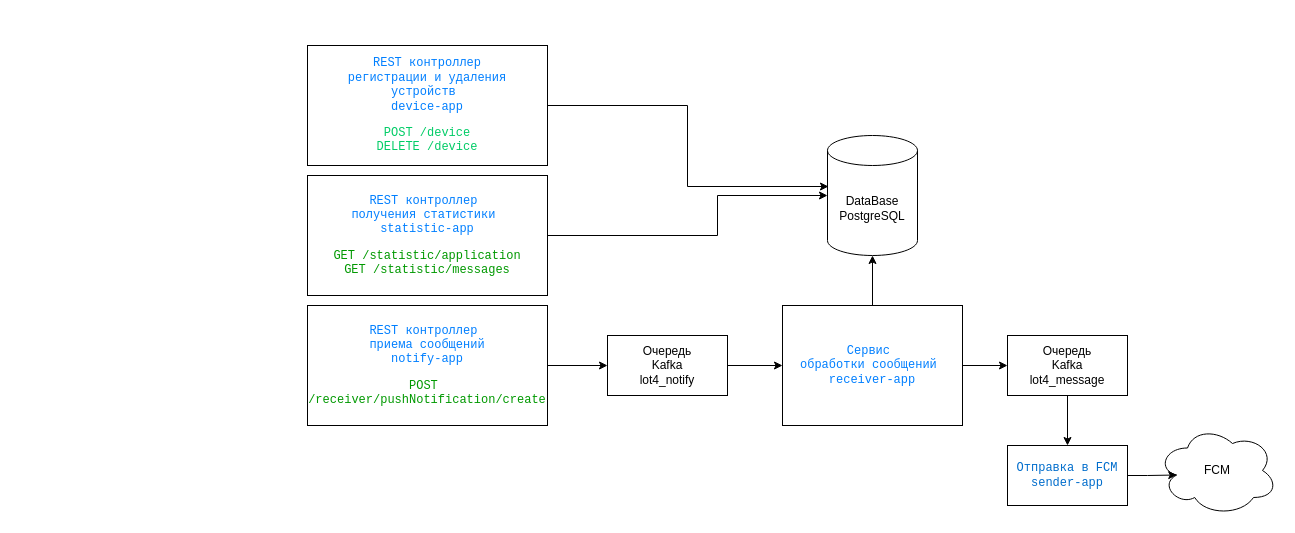
Before: doc/diag.drawio in cherepakhin/lot4, a draw.io diagram. Source tidied: cells renumbered, new cells numbered last; positions are measured from the earlier drawing's top-left corner, leaving out a move shared by most shapes. Both pictures are drawn from the tidied source at 100%, with x=0, y=0 at pixel (307, 45).
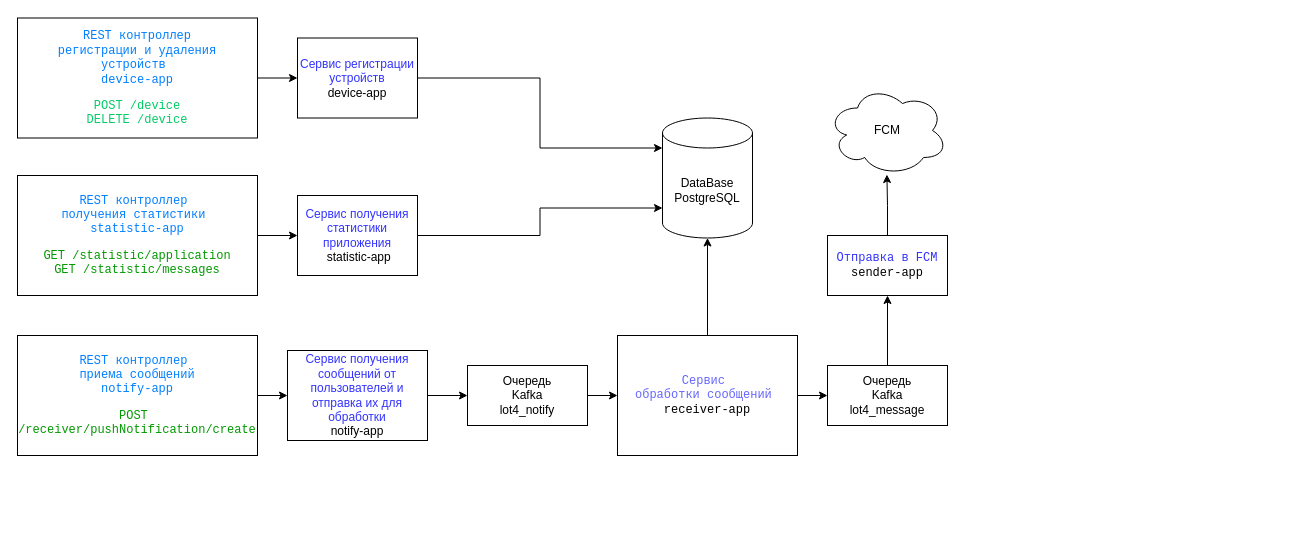
Above is the later version.

Diff of the diagram source:
```diff
@@
-    <mxCell id="2" style="edgeStyle=orthogonalEdgeStyle;rounded=0;jettySize=auto;html=1;exitX=1;exitY=0.5;exitDx=0;exitDy=0;entryX=0.011;entryY=0.425;entryDx=0;entryDy=0;entryPerimeter=0;" parent="1" edge="1" source="3" target="7">
-      <mxGeometry relative="1" as="geometry" />
-    </mxCell>
+    <mxCell id="19" style="edgeStyle=orthogonalEdgeStyle;rounded=0;jettySize=auto;html=1;exitX=1;exitY=0.5;exitDx=0;exitDy=0;entryX=0;entryY=0.5;entryDx=0;entryDy=0;" parent="1" edge="1" source="3" target="26">
+      <mxGeometry relative="1" as="geometry" />
+    </mxCell>
     <mxCell id="3" value="&lt;pre style=&quot;background-color: rgb(255 , 255 , 255) ; font-family: &amp;#34;liberation mono&amp;#34; , monospace&quot;&gt;&lt;font color=&quot;#007fff&quot;&gt;REST контроллер&lt;br&gt;регистрации и удаления&lt;br&gt;устройств &lt;br&gt;device-app&lt;/font&gt;&lt;/pre&gt;&lt;pre style=&quot;background-color: rgb(255 , 255 , 255) ; font-family: &amp;#34;liberation mono&amp;#34; , monospace&quot;&gt;&lt;pre style=&quot;font-family: &amp;#34;liberation mono&amp;#34; , monospace&quot;&gt;&lt;font color=&quot;#00cc66&quot;&gt;POST /device&lt;br/&gt;DELETE /device&lt;/font&gt;&lt;/pre&gt;&lt;/pre&gt;" style="rounded=0;whiteSpace=wrap;html=1;" parent="1" vertex="1">
-      <mxGeometry width="240" height="120" as="geometry" />
+      <mxGeometry x="-290" y="-27.5" width="240" height="120" as="geometry" />
     </mxCell>
@@
-    <mxCell id="5" style="edgeStyle=orthogonalEdgeStyle;rounded=0;jettySize=auto;html=1;exitX=0.5;exitY=0;exitDx=0;exitDy=0;" parent="1" edge="1" source="6" target="7">
+    <mxCell id="5" style="edgeStyle=orthogonalEdgeStyle;rounded=0;jettySize=auto;html=1;exitX=0.5;exitY=0;exitDx=0;exitDy=0;entryX=0.5;entryY=1;entryDx=0;entryDy=0;" parent="1" edge="1" source="6" target="7">
       <mxGeometry relative="1" as="geometry" />
     </mxCell>
-    <mxCell id="6" value="&lt;pre style=&quot;background-color: rgb(255 , 255 , 255) ; font-family: &amp;#34;liberation mono&amp;#34; , monospace&quot;&gt;&lt;font color=&quot;#007fff&quot;&gt;Сервис &lt;br&gt;обработки сообщений &lt;br&gt;receiver-app&lt;/font&gt;&lt;/pre&gt;" style="rounded=0;whiteSpace=wrap;html=1;" parent="1" vertex="1">
-      <mxGeometry x="475" y="260" width="180" height="120" as="geometry" />
+    <mxCell id="6" value="&lt;pre style=&quot;background-color: rgb(255 , 255 , 255) ; font-family: &amp;#34;liberation mono&amp;#34; , monospace&quot;&gt;&lt;font color=&quot;#6666ff&quot;&gt;Сервис &lt;br&gt;обработки сообщений&lt;/font&gt;&lt;font color=&quot;#007fff&quot;&gt; &lt;br&gt;&lt;/font&gt;receiver-app&lt;/pre&gt;" style="rounded=0;whiteSpace=wrap;html=1;" parent="1" vertex="1">
+      <mxGeometry x="310" y="290" width="180" height="120" as="geometry" />
     </mxCell>
     <mxCell id="7" value="DataBase&lt;br&gt;PostgreSQL" style="shape=cylinder3;whiteSpace=wrap;html=1;boundedLbl=1;backgroundOutline=1;size=15;" parent="1" vertex="1">
-      <mxGeometry x="520" y="90" width="90" height="120" as="geometry" />
+      <mxGeometry x="355" y="72.5" width="90" height="120" as="geometry" />
     </mxCell>
-    <mxCell id="8" style="edgeStyle=orthogonalEdgeStyle;rounded=0;jettySize=auto;html=1;exitX=0.5;exitY=1;exitDx=0;exitDy=0;" parent="1" edge="1" source="9" target="12">
+    <mxCell id="8" style="edgeStyle=orthogonalEdgeStyle;rounded=0;jettySize=auto;html=1;exitX=0.5;exitY=0;exitDx=0;exitDy=0;" parent="1" edge="1" source="9" target="12">
       <mxGeometry relative="1" as="geometry" />
     </mxCell>
     <mxCell id="9" value="Очередь&lt;br&gt;Kafka&lt;br&gt;lot4_message" style="rounded=0;whiteSpace=wrap;html=1;" parent="1" vertex="1">
-      <mxGeometry x="700" y="290" width="120" height="60" as="geometry" />
+      <mxGeometry x="520" y="320" width="120" height="60" as="geometry" />
     </mxCell>
     <mxCell id="10" value="FCM" style="ellipse;shape=cloud;whiteSpace=wrap;html=1;" parent="1" vertex="1">
-      <mxGeometry x="850" y="380" width="120" height="90" as="geometry" />
+      <mxGeometry x="520" y="40" width="120" height="90" as="geometry" />
     </mxCell>
-    <mxCell id="11" style="edgeStyle=orthogonalEdgeStyle;rounded=0;jettySize=auto;html=1;exitX=1;exitY=0.5;exitDx=0;exitDy=0;entryX=0.16;entryY=0.55;entryDx=0;entryDy=0;entryPerimeter=0;" parent="1" edge="1" source="12" target="10">
+    <mxCell id="11" style="edgeStyle=orthogonalEdgeStyle;rounded=0;jettySize=auto;html=1;exitX=0.5;exitY=0;exitDx=0;exitDy=0;entryX=0.495;entryY=0.989;entryDx=0;entryDy=0;entryPerimeter=0;" parent="1" edge="1" source="12" target="10">
       <mxGeometry relative="1" as="geometry" />
     </mxCell>
-    <mxCell id="12" value="&lt;pre style=&quot;background-color: #ffffff ; color: #080808 ; font-family: &amp;#34;liberation mono&amp;#34; , monospace ; font-size: 9 8pt&quot;&gt;&lt;span style=&quot;color: #006dcc&quot;&gt;Отправка в FCM&lt;br/&gt;sender-app&lt;/span&gt;&lt;/pre&gt;" style="rounded=0;whiteSpace=wrap;html=1;" parent="1" vertex="1">
-      <mxGeometry x="700" y="400" width="120" height="60" as="geometry" />
+    <mxCell id="12" value="&lt;pre style=&quot;background-color: rgb(255 , 255 , 255) ; font-family: &amp;#34;liberation mono&amp;#34; , monospace&quot;&gt;&lt;font color=&quot;#3333ff&quot;&gt;Отправка в FCM&lt;/font&gt;&lt;font color=&quot;#006dcc&quot;&gt;&lt;br&gt;&lt;/font&gt;sender-app&lt;/pre&gt;" style="rounded=0;whiteSpace=wrap;html=1;" parent="1" vertex="1">
+      <mxGeometry x="520" y="190" width="120" height="60" as="geometry" />
     </mxCell>
-    <mxCell id="13" style="edgeStyle=orthogonalEdgeStyle;rounded=0;jettySize=auto;html=1;exitX=0.5;exitY=0;exitDx=0;exitDy=0;entryX=0;entryY=0.5;entryDx=0;entryDy=0;entryPerimeter=0;" parent="1" edge="1" source="14" target="7">
-      <mxGeometry relative="1" as="geometry">
-        <Array as="points">
-          <mxPoint x="410" y="190" />
-          <mxPoint x="410" y="150" />
-        </Array>
-      </mxGeometry>
-    </mxCell>
+    <mxCell id="20" style="edgeStyle=orthogonalEdgeStyle;rounded=0;jettySize=auto;html=1;exitX=0.5;exitY=0;exitDx=0;exitDy=0;" parent="1" edge="1" source="14" target="28">
+      <mxGeometry relative="1" as="geometry" />
+    </mxCell>
     <mxCell id="14" value="&lt;pre style=&quot;background-color: rgb(255 , 255 , 255) ; font-family: &amp;#34;liberation mono&amp;#34; , monospace&quot;&gt;&lt;font color=&quot;#007fff&quot;&gt;REST контроллер &lt;br&gt;получения статистики &lt;br&gt;statistic-app&lt;/font&gt;&lt;/pre&gt;&lt;pre style=&quot;background-color: rgb(255 , 255 , 255) ; font-family: &amp;#34;liberation mono&amp;#34; , monospace&quot;&gt;&lt;font color=&quot;#009900&quot;&gt;GET /statistic/application&lt;br/&gt;&lt;font style=&quot;white-space: normal&quot;&gt;GET &lt;/font&gt;&lt;span style=&quot;white-space: normal&quot;&gt;/statistic/messages&lt;/span&gt;&lt;/font&gt;&lt;/pre&gt;" style="rounded=0;whiteSpace=wrap;html=1;direction=south;" parent="1" vertex="1">
-      <mxGeometry y="130" width="240" height="120" as="geometry" />
+      <mxGeometry x="-290" y="130" width="240" height="120" as="geometry" />
     </mxCell>
-    <mxCell id="15" style="edgeStyle=orthogonalEdgeStyle;rounded=0;jettySize=auto;html=1;exitX=0.5;exitY=0;exitDx=0;exitDy=0;entryX=0;entryY=0.5;entryDx=0;entryDy=0;" parent="1" edge="1" source="16" target="18">
-      <mxGeometry relative="1" as="geometry" />
-    </mxCell>
+    <mxCell id="21" style="edgeStyle=orthogonalEdgeStyle;rounded=0;jettySize=auto;html=1;exitX=0.5;exitY=0;exitDx=0;exitDy=0;entryX=0;entryY=0.5;entryDx=0;entryDy=0;" parent="1" edge="1" source="16" target="23">
+      <mxGeometry relative="1" as="geometry" />
+    </mxCell>
     <mxCell id="16" value="&lt;pre style=&quot;background-color: rgb(255 , 255 , 255) ; font-family: &amp;#34;liberation mono&amp;#34; , monospace&quot;&gt;&lt;font color=&quot;#007fff&quot;&gt;REST контроллер &lt;br&gt;приема сообщений&lt;br&gt;notify-app&lt;/font&gt;&lt;/pre&gt;&lt;pre style=&quot;background-color: rgb(255 , 255 , 255) ; font-family: &amp;#34;liberation mono&amp;#34; , monospace&quot;&gt;&lt;font color=&quot;#009900&quot;&gt;POST &lt;br&gt;/receiver/pushNotification/create&lt;/font&gt;&lt;/pre&gt;" style="rounded=0;whiteSpace=wrap;html=1;direction=south;" parent="1" vertex="1">
-      <mxGeometry y="260" width="240" height="120" as="geometry" />
+      <mxGeometry x="-290" y="290" width="240" height="120" as="geometry" />
     </mxCell>
@@
     <mxCell id="18" value="Очередь&lt;br&gt;Kafka&lt;br&gt;lot4_notify" style="rounded=0;whiteSpace=wrap;html=1;" parent="1" vertex="1">
-      <mxGeometry x="300" y="290" width="120" height="60" as="geometry" />
+      <mxGeometry x="160" y="320" width="120" height="60" as="geometry" />
     </mxCell>
+    <mxCell id="22" style="edgeStyle=orthogonalEdgeStyle;rounded=0;jettySize=auto;html=1;exitX=1;exitY=0.5;exitDx=0;exitDy=0;entryX=0;entryY=0.5;entryDx=0;entryDy=0;" parent="1" edge="1" source="23" target="18">
+      <mxGeometry relative="1" as="geometry" />
+    </mxCell>
+    <mxCell id="23" value="&lt;font color=&quot;#3333ff&quot;&gt;Сервис получения сообщений от пользователей и отправка их для обработки&lt;/font&gt;&lt;br&gt;notify-app" style="rounded=0;whiteSpace=wrap;html=1;" parent="1" vertex="1">
+      <mxGeometry x="-20" y="305" width="140" height="90" as="geometry" />
+    </mxCell>
+    <mxCell id="24" style="edgeStyle=orthogonalEdgeStyle;rounded=0;orthogonalLoop=1;jettySize=auto;html=1;exitX=0.5;exitY=1;exitDx=0;exitDy=0;" parent="1" edge="1" source="6" target="6">
+      <mxGeometry relative="1" as="geometry" />
+    </mxCell>
+    <mxCell id="25" style="edgeStyle=orthogonalEdgeStyle;rounded=0;jettySize=auto;html=1;exitX=1;exitY=0.5;exitDx=0;exitDy=0;entryX=0;entryY=0.25;entryDx=0;entryDy=0;" parent="1" edge="1" source="26" target="7">
+      <mxGeometry relative="1" as="geometry" />
+    </mxCell>
+    <mxCell id="26" value="&lt;font color=&quot;#3333ff&quot;&gt;Сервис регистрации устройств&lt;/font&gt;&lt;br&gt;device-app" style="rounded=0;whiteSpace=wrap;html=1;" parent="1" vertex="1">
+      <mxGeometry x="-10" y="-7.5" width="120" height="80" as="geometry" />
+    </mxCell>
+    <mxCell id="27" style="edgeStyle=orthogonalEdgeStyle;rounded=0;jettySize=auto;html=1;exitX=1;exitY=0.5;exitDx=0;exitDy=0;entryX=0;entryY=0.75;entryDx=0;entryDy=0;" parent="1" edge="1" source="28" target="7">
+      <mxGeometry relative="1" as="geometry" />
+    </mxCell>
+    <mxCell id="28" value="&lt;font color=&quot;#3333ff&quot;&gt;Сервис получения статистики приложения&lt;br&gt;&lt;/font&gt;&amp;nbsp;statistic-app" style="rounded=0;whiteSpace=wrap;html=1;" parent="1" vertex="1">
+      <mxGeometry x="-10" y="150" width="120" height="80" as="geometry" />
+    </mxCell>
```
